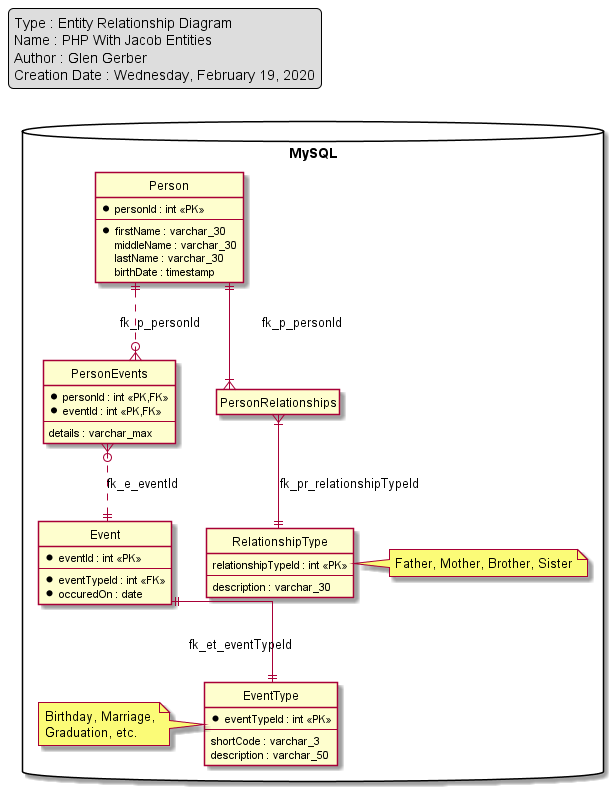
The PlantUML diagram docs/img/application.erd.png in gerbil1008/php-with-jacob, before a commit.
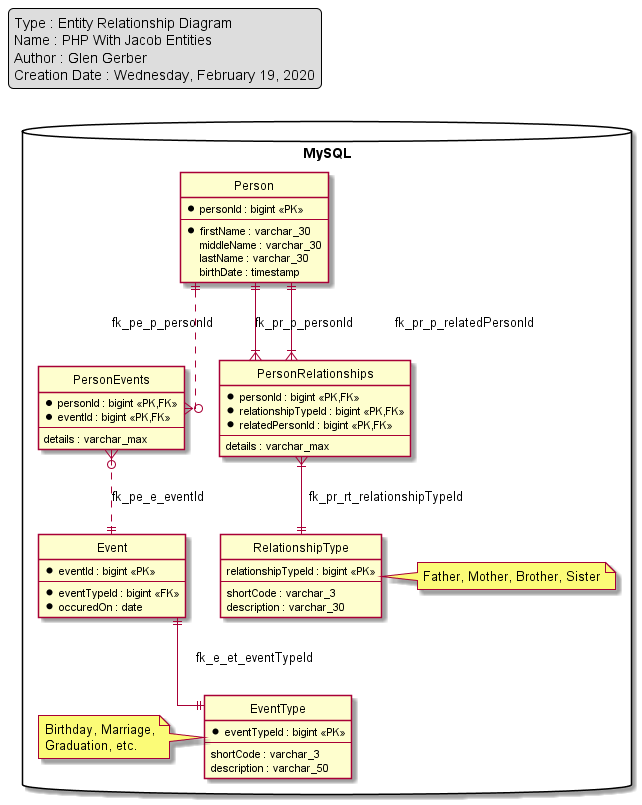
After the commit.

Commit message:
added blank scripts and finished ERD

Diff of the diagram source:
```diff
@@ -15,7 +15,7 @@
 endlegend
 package "MySQL" <<database>> {
 	entity Person {
-		*personId : int <<PK>>
+		*personId : bigint <<PK>>
 		--
 		*firstName : varchar_30
 		middleName : varchar_30
@@ -23,13 +23,13 @@
 		birthDate : timestamp
 	}
 	entity Event {
-		*eventId : int <<PK>>
+		*eventId : bigint <<PK>>
 		--
-		*eventTypeId : int <<FK>>
+		*eventTypeId : bigint <<FK>>
 		*occuredOn : date
 	}
 	entity EventType {
-		*eventTypeId : int <<PK>>
+		*eventTypeId : bigint <<PK>>
 		--
 		shortCode : varchar_3
 		description : varchar_50
@@ -39,26 +39,32 @@
 	  Graduation, etc.
 	end note
 	entity PersonEvents {
-		*personId : int <<PK,FK>>
-		*eventId : int <<PK,FK>>
+		*personId : bigint <<PK,FK>>
+		*eventId : bigint <<PK,FK>>
 		--
 		details : varchar_max
 	}
 	entity PersonRelationships {
-
+		*personId : bigint <<PK,FK>>
+		*relationshipTypeId : bigint <<PK,FK>>
+		*relatedPersonId : bigint <<PK,FK>>
+		--
+		details : varchar_max
 	}
 	entity RelationshipType {
-		relationshipTypeId : int <<PK>>
+		relationshipTypeId : bigint <<PK>>
 		--
+		shortCode : varchar_3
 		description : varchar_30
 	}
 	note right of RelationshipType
 	  Father, Mother, Brother, Sister
 	end note
 }
-Event ||--|| EventType : fk_et_eventTypeId
-Person ||..o{ PersonEvents : fk_p_personId
-PersonEvents }o..|| Event : fk_e_eventId
-PersonRelationships }|--|| RelationshipType : fk_pr_relationshipTypeId
-Person ||--|{ PersonRelationships : fk_p_personId
+Event ||--|| EventType : fk_e_et_eventTypeId
+Person ||..o{ PersonEvents : fk_pe_p_personId
+PersonEvents }o..|| Event : fk_pe_e_eventId
+PersonRelationships }|--|| RelationshipType : fk_pr_rt_relationshipTypeId
+Person ||--|{ PersonRelationships : fk_pr_p_personId
+Person ||--|{ PersonRelationships : fk_pr_p_relatedPersonId
 @enduml
```
